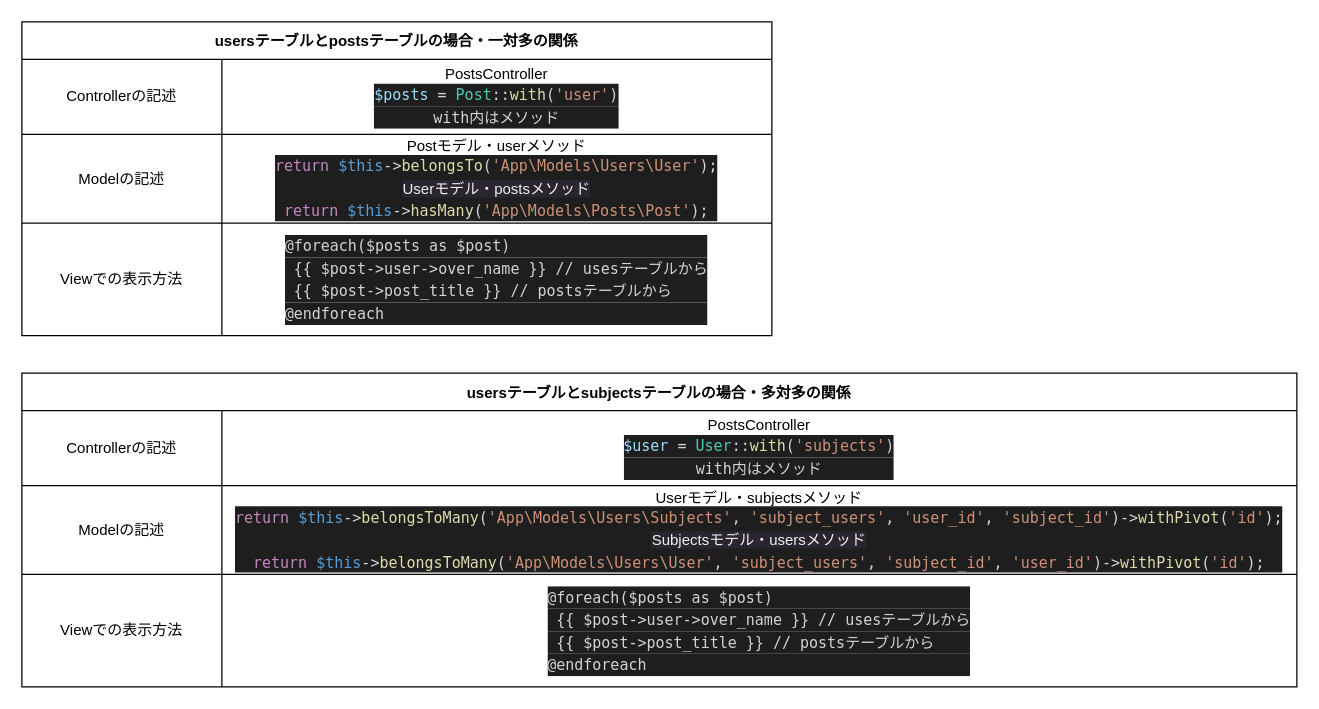
The draw.io diagram page "foreach複数問題" (5 of 5) of compass.dio in I-Kouta/compass, before the edit. Source tidied: cells renumbered, new cells numbered last; positions are measured from the earlier drawing's top-left corner, leaving out a move shared by most shapes. Both pictures are drawn from the tidied source at 125%, with x=0, y=0 at pixel (21, 21).
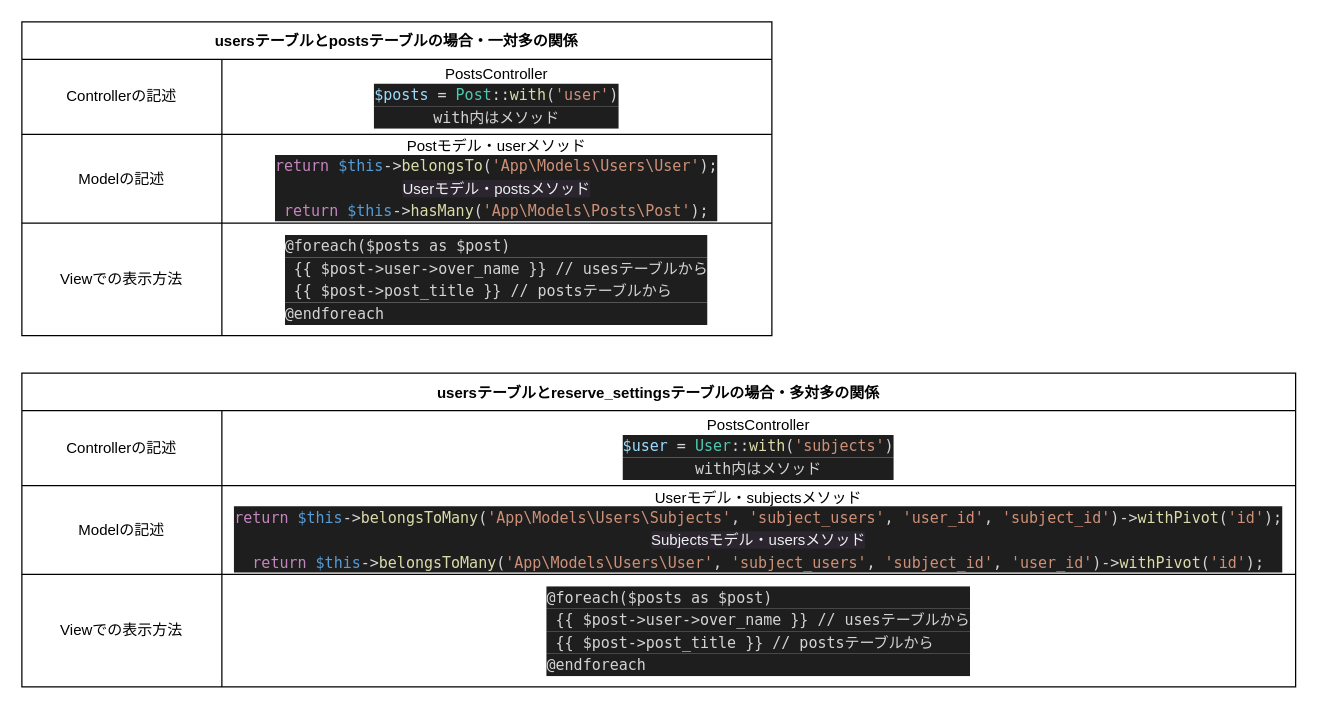
Above is the later version.

Commit message (it also covers changes not shown here):
cssとER図の一部修正です

Change to the diagram source:
```diff
@@
-    <mxCell id="13" value="usersテーブルとsubjectsテーブルの場合・多対多の関係" style="shape=table;startSize=30;childLayout=tableLayout;fontStyle=1;align=center;" parent="1" vertex="1">
-      <mxGeometry y="281" width="1020" height="251" as="geometry" />
+    <mxCell id="13" value="usersテーブルとreserve_settingsテーブルの場合・多対多の関係" style="shape=table;startSize=30;childLayout=tableLayout;fontStyle=1;align=center;" parent="1" vertex="1">
+      <mxGeometry y="281" width="1019" height="251" as="geometry" />
     </mxCell>
     <mxCell id="14" style="shape=tableRow;horizontal=0;startSize=0;swimlaneHead=0;swimlaneBody=0;top=0;left=0;bottom=0;right=0;fillColor=none;" parent="13" vertex="1">
-      <mxGeometry y="30" width="1020" height="60" as="geometry" />
+      <mxGeometry y="30" width="1019" height="60" as="geometry" />
     </mxCell>
@@
     <mxCell id="16" value="&lt;span style=&quot;&quot;&gt;PostsController&lt;/span&gt;&lt;br style=&quot;&quot;&gt;&lt;div style=&quot;background-color: rgb(30, 30, 30); font-family: Menlo, Monaco, &amp;quot;Courier New&amp;quot;, monospace; line-height: 18px;&quot;&gt;&lt;span style=&quot;color: rgb(212, 212, 212);&quot;&gt;&lt;span style=&quot;color: rgb(156, 220, 254);&quot;&gt;$user&lt;/span&gt;&amp;nbsp;= &lt;/span&gt;&lt;font color=&quot;#4ec9b0&quot;&gt;User&lt;/font&gt;&lt;font color=&quot;#d4d4d4&quot;&gt;::&lt;/font&gt;&lt;span style=&quot;color: rgb(220, 220, 170);&quot;&gt;with&lt;/span&gt;&lt;font color=&quot;#d4d4d4&quot;&gt;(&lt;/font&gt;&lt;span style=&quot;color: rgb(206, 145, 120);&quot;&gt;'&lt;/span&gt;&lt;span style=&quot;color: rgb(206, 145, 120);&quot;&gt;subjects&lt;/span&gt;&lt;span style=&quot;color: rgb(206, 145, 120);&quot;&gt;'&lt;/span&gt;&lt;font color=&quot;#d4d4d4&quot;&gt;)&lt;/font&gt;&lt;/div&gt;&lt;div style=&quot;color: rgb(212, 212, 212); background-color: rgb(30, 30, 30); font-family: Menlo, Monaco, &amp;quot;Courier New&amp;quot;, monospace; line-height: 18px;&quot;&gt;with内はメソッド&lt;/div&gt;" style="shape=partialRectangle;html=1;whiteSpace=wrap;fillColor=none;top=0;left=0;bottom=0;right=0;overflow=hidden;" parent="14" vertex="1">
-      <mxGeometry x="160" width="860" height="60" as="geometry" />
+      <mxGeometry x="160" width="859" height="60" as="geometry" />
     </mxCell>
     <mxCell id="17" style="shape=tableRow;horizontal=0;startSize=0;swimlaneHead=0;swimlaneBody=0;top=0;left=0;bottom=0;right=0;fillColor=none;" parent="13" vertex="1">
-      <mxGeometry y="90" width="1020" height="71" as="geometry" />
+      <mxGeometry y="90" width="1019" height="71" as="geometry" />
     </mxCell>
@@
     <mxCell id="19" value="&lt;span style=&quot;&quot;&gt;Userモデル・subjectsメソッド&lt;/span&gt;&lt;br style=&quot;&quot;&gt;&lt;div style=&quot;color: rgb(212, 212, 212); background-color: rgb(30, 30, 30); font-family: Menlo, Monaco, &amp;quot;Courier New&amp;quot;, monospace; line-height: 18px;&quot;&gt;&lt;div style=&quot;line-height: 18px;&quot;&gt;&lt;div style=&quot;line-height: 18px;&quot;&gt;&lt;span style=&quot;color: #c586c0;&quot;&gt;return&lt;/span&gt; &lt;span style=&quot;color: #569cd6;&quot;&gt;$this&lt;/span&gt;-&amp;gt;&lt;span style=&quot;color: #dcdcaa;&quot;&gt;belongsToMany&lt;/span&gt;(&lt;span style=&quot;color: #ce9178;&quot;&gt;'App\Models\Users\Subjects'&lt;/span&gt;, &lt;span style=&quot;color: #ce9178;&quot;&gt;'subject_users'&lt;/span&gt;, &lt;span style=&quot;color: #ce9178;&quot;&gt;'user_id'&lt;/span&gt;, &lt;span style=&quot;color: #ce9178;&quot;&gt;'subject_id'&lt;/span&gt;)-&amp;gt;&lt;span style=&quot;color: #dcdcaa;&quot;&gt;withPivot&lt;/span&gt;(&lt;span style=&quot;color: #ce9178;&quot;&gt;'id'&lt;/span&gt;);&lt;/div&gt;&lt;/div&gt;&lt;div style=&quot;line-height: 18px;&quot;&gt;&lt;span style=&quot;color: rgb(240, 240, 240); font-family: Helvetica; background-color: rgb(42, 37, 47);&quot;&gt;Subjectsモデル・usersメソッド&lt;/span&gt;&lt;br style=&quot;color: rgb(240, 240, 240); font-family: Helvetica; background-color: rgb(42, 37, 47);&quot;&gt;&lt;div style=&quot;line-height: 18px;&quot;&gt;&lt;div style=&quot;line-height: 18px;&quot;&gt;&lt;div style=&quot;line-height: 18px;&quot;&gt;&lt;div style=&quot;line-height: 18px;&quot;&gt;&lt;span style=&quot;color: #c586c0;&quot;&gt;return&lt;/span&gt; &lt;span style=&quot;color: #569cd6;&quot;&gt;$this&lt;/span&gt;-&amp;gt;&lt;span style=&quot;color: #dcdcaa;&quot;&gt;belongsToMany&lt;/span&gt;(&lt;span style=&quot;color: #ce9178;&quot;&gt;'App\Models\Users\User'&lt;/span&gt;, &lt;span style=&quot;color: #ce9178;&quot;&gt;'subject_users'&lt;/span&gt;, &lt;span style=&quot;color: #ce9178;&quot;&gt;'subject_id'&lt;/span&gt;, &lt;span style=&quot;color: #ce9178;&quot;&gt;'user_id'&lt;/span&gt;)-&amp;gt;&lt;span style=&quot;color: #dcdcaa;&quot;&gt;withPivot&lt;/span&gt;(&lt;span style=&quot;color: #ce9178;&quot;&gt;'id'&lt;/span&gt;);&lt;/div&gt;&lt;/div&gt;&lt;/div&gt;&lt;/div&gt;&lt;/div&gt;&lt;/div&gt;" style="shape=partialRectangle;html=1;whiteSpace=wrap;fillColor=none;top=0;left=0;bottom=0;right=0;overflow=hidden;" parent="17" vertex="1">
-      <mxGeometry x="160" width="860" height="71" as="geometry" />
+      <mxGeometry x="160" width="859" height="71" as="geometry" />
     </mxCell>
     <mxCell id="20" style="shape=tableRow;horizontal=0;startSize=0;swimlaneHead=0;swimlaneBody=0;top=0;left=0;bottom=0;right=0;fillColor=none;" parent="13" vertex="1">
-      <mxGeometry y="161" width="1020" height="90" as="geometry" />
+      <mxGeometry y="161" width="1019" height="90" as="geometry" />
     </mxCell>
@@
     <mxCell id="22" value="&lt;div style=&quot;text-align: left; color: rgb(212, 212, 212); background-color: rgb(30, 30, 30); font-family: Menlo, Monaco, &amp;quot;Courier New&amp;quot;, monospace; line-height: 18px;&quot;&gt;@foreach($posts as $post)&lt;/div&gt;&lt;div style=&quot;text-align: left; color: rgb(212, 212, 212); background-color: rgb(30, 30, 30); font-family: Menlo, Monaco, &amp;quot;Courier New&amp;quot;, monospace; line-height: 18px;&quot;&gt;&amp;nbsp;{{ $post-&amp;gt;user-&amp;gt;over_name }} // usesテーブルから&lt;/div&gt;&lt;div style=&quot;text-align: left; color: rgb(212, 212, 212); background-color: rgb(30, 30, 30); font-family: Menlo, Monaco, &amp;quot;Courier New&amp;quot;, monospace; line-height: 18px;&quot;&gt;&amp;nbsp;{{ $post-&amp;gt;post_title }} // postsテーブルから&lt;/div&gt;&lt;div style=&quot;text-align: left; color: rgb(212, 212, 212); background-color: rgb(30, 30, 30); font-family: Menlo, Monaco, &amp;quot;Courier New&amp;quot;, monospace; line-height: 18px;&quot;&gt;@endforeach&lt;/div&gt;" style="shape=partialRectangle;html=1;whiteSpace=wrap;fillColor=none;top=0;left=0;bottom=0;right=0;overflow=hidden;" parent="20" vertex="1">
-      <mxGeometry x="160" width="860" height="90" as="geometry" />
+      <mxGeometry x="160" width="859" height="90" as="geometry" />
     </mxCell>
```
